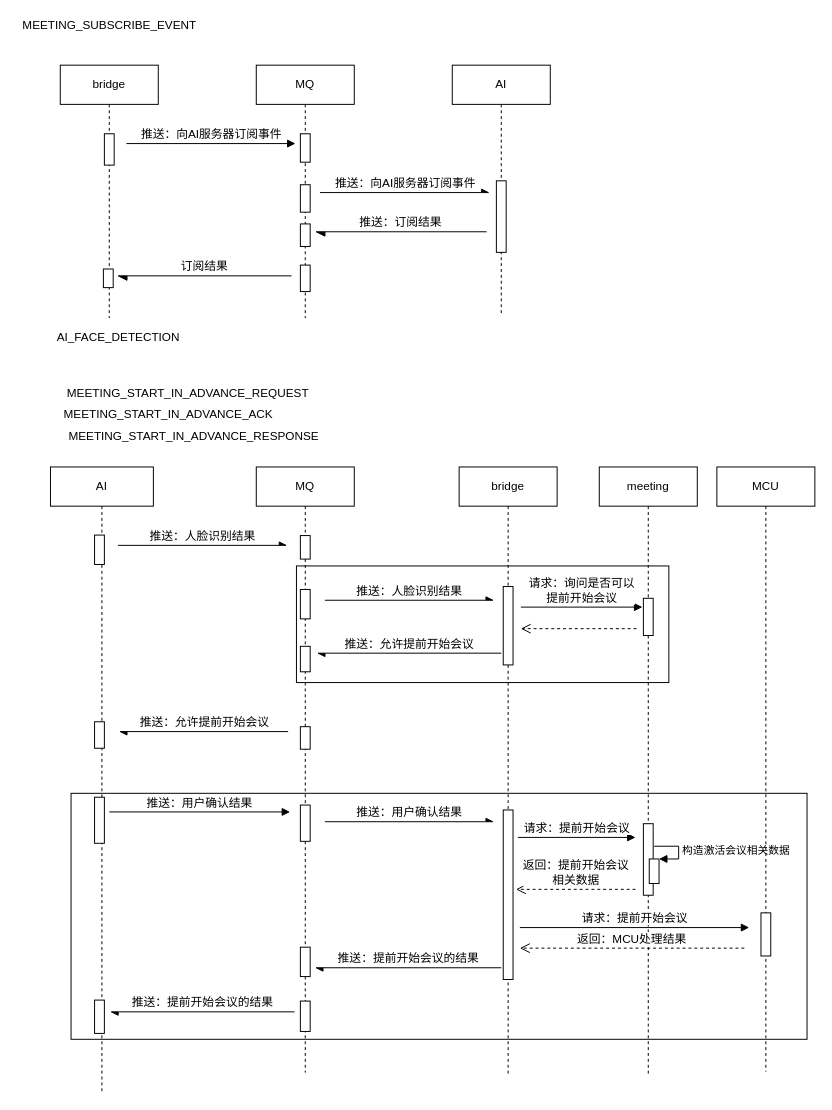
Before: page "提前开始会议" (1 of 3) of AI-meeting/AI-meeting.drawio in waterwatermelon/graph, a draw.io diagram. Source tidied: cells renumbered, new cells numbered last; positions are measured from the earlier drawing's top-left corner, leaving out a move shared by most shapes. Both pictures are drawn from the tidied source at 98%, with x=0, y=0 at pixel (17, 17).
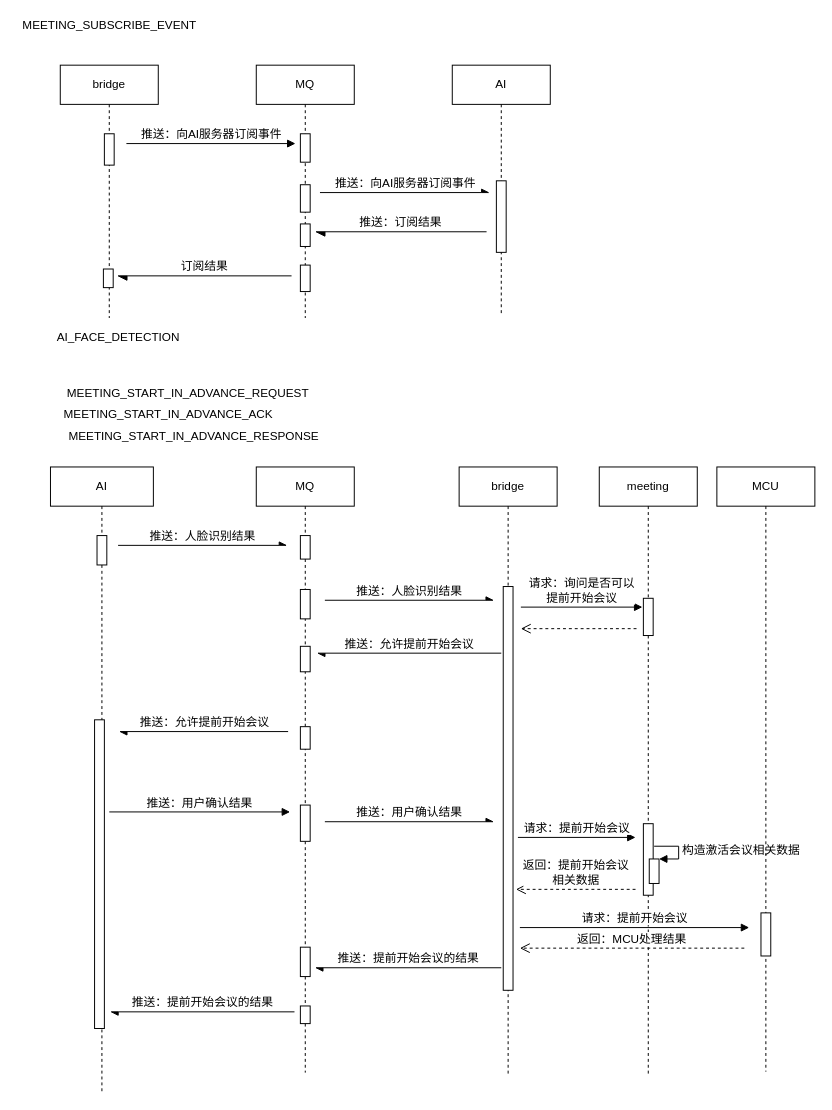
After the change.

Unchanged cells that the change refers to:
```xml
<mxCell id="18" value="AI" style="shape=umlLifeline;perimeter=lifelinePerimeter;whiteSpace=wrap;html=1;fontSize=12;" parent="1" vertex="1">
  <mxGeometry x="34" y="459" width="105" height="639" as="geometry" />
</mxCell>
<mxCell id="23" value="bridge" style="shape=umlLifeline;perimeter=lifelinePerimeter;whiteSpace=wrap;html=1;fontSize=12;" parent="1" vertex="1">
  <mxGeometry x="451" y="459" width="100" height="621" as="geometry" />
</mxCell>
<mxCell id="26" value="MQ" style="shape=umlLifeline;perimeter=lifelinePerimeter;whiteSpace=wrap;html=1;fontSize=12;" parent="1" vertex="1">
  <mxGeometry x="244" y="459" width="100" height="618" as="geometry" />
</mxCell>
<mxCell id="34" value="meeting" style="shape=umlLifeline;perimeter=lifelinePerimeter;whiteSpace=wrap;html=1;fontSize=12;" parent="1" vertex="1">
  <mxGeometry x="594" y="459" width="100" height="619" as="geometry" />
</mxCell>
<mxCell id="37" style="html=1;points=[];perimeter=orthogonalPerimeter;" parent="34" vertex="1">
  <mxGeometry x="51" y="400" width="10" height="25" as="geometry" />
</mxCell>
```

What changed in the source:
```diff
@@
-    <mxCell id="2" style="rounded=0;whiteSpace=wrap;html=1;fontSize=12;" parent="1" vertex="1">
-      <mxGeometry x="55" y="792" width="751" height="251" as="geometry" />
-    </mxCell>
-    <mxCell id="3" style="rounded=0;whiteSpace=wrap;html=1;fontSize=12;" parent="1" vertex="1">
-      <mxGeometry x="285" y="560" width="380" height="119" as="geometry" />
-    </mxCell>
@@
     <mxCell id="19" style="html=1;perimeter=orthogonalPerimeter;fontSize=12;" parent="18" vertex="1">
-      <mxGeometry x="45" y="69.5" width="10" height="30" as="geometry" />
+      <mxGeometry x="47.5" y="70" width="10" height="30" as="geometry" />
     </mxCell>
     <mxCell id="20" style="html=1;perimeter=orthogonalPerimeter;fontSize=12;" parent="18" vertex="1">
-      <mxGeometry x="45" y="260" width="10" height="27" as="geometry" />
+      <mxGeometry x="45" y="258" width="10" height="315" as="geometry" />
     </mxCell>
-    <mxCell id="21" style="html=1;perimeter=orthogonalPerimeter;fontSize=12;" parent="18" vertex="1">
-      <mxGeometry x="45" y="337" width="10" height="47" as="geometry" />
-    </mxCell>
-    <mxCell id="22" style="html=1;perimeter=orthogonalPerimeter;fontSize=12;" parent="18" vertex="1">
-      <mxGeometry x="45" y="544" width="10" height="34" as="geometry" />
-    </mxCell>
@@
     <mxCell id="24" style="html=1;perimeter=orthogonalPerimeter;fontSize=12;" parent="23" vertex="1">
-      <mxGeometry x="45" y="122" width="10" height="80" as="geometry" />
+      <mxGeometry x="45" y="122" width="10" height="412" as="geometry" />
     </mxCell>
-    <mxCell id="25" style="html=1;perimeter=orthogonalPerimeter;fontSize=12;" parent="23" vertex="1">
-      <mxGeometry x="45" y="350" width="10" height="173" as="geometry" />
-    </mxCell>
@@
     <mxCell id="33" style="html=1;perimeter=orthogonalPerimeter;fontSize=12;" parent="26" vertex="1">
-      <mxGeometry x="45" y="545" width="10" height="31" as="geometry" />
+      <mxGeometry x="45" y="550" width="10" height="18" as="geometry" />
     </mxCell>
@@
-    <mxCell id="38" value="构造激活会议相关数据" style="edgeStyle=orthogonalEdgeStyle;html=1;align=left;spacingLeft=2;endArrow=block;rounded=0;entryX=1;entryY=0;" parent="34" edge="1" target="37">
+    <mxCell id="38" value="构造激活会议相关数据" style="edgeStyle=orthogonalEdgeStyle;html=1;align=left;spacingLeft=2;endArrow=block;rounded=0;entryX=1;entryY=0;fontSize=12;" parent="34" edge="1" target="37">
       <mxGeometry relative="1" as="geometry">
         <mxPoint x="56" y="387" as="sourcePoint" />
         <Array as="points">
           <mxPoint x="81" y="387" />
           <mxPoint x="81" y="400" />
         </Array>
       </mxGeometry>
     </mxCell>
```
